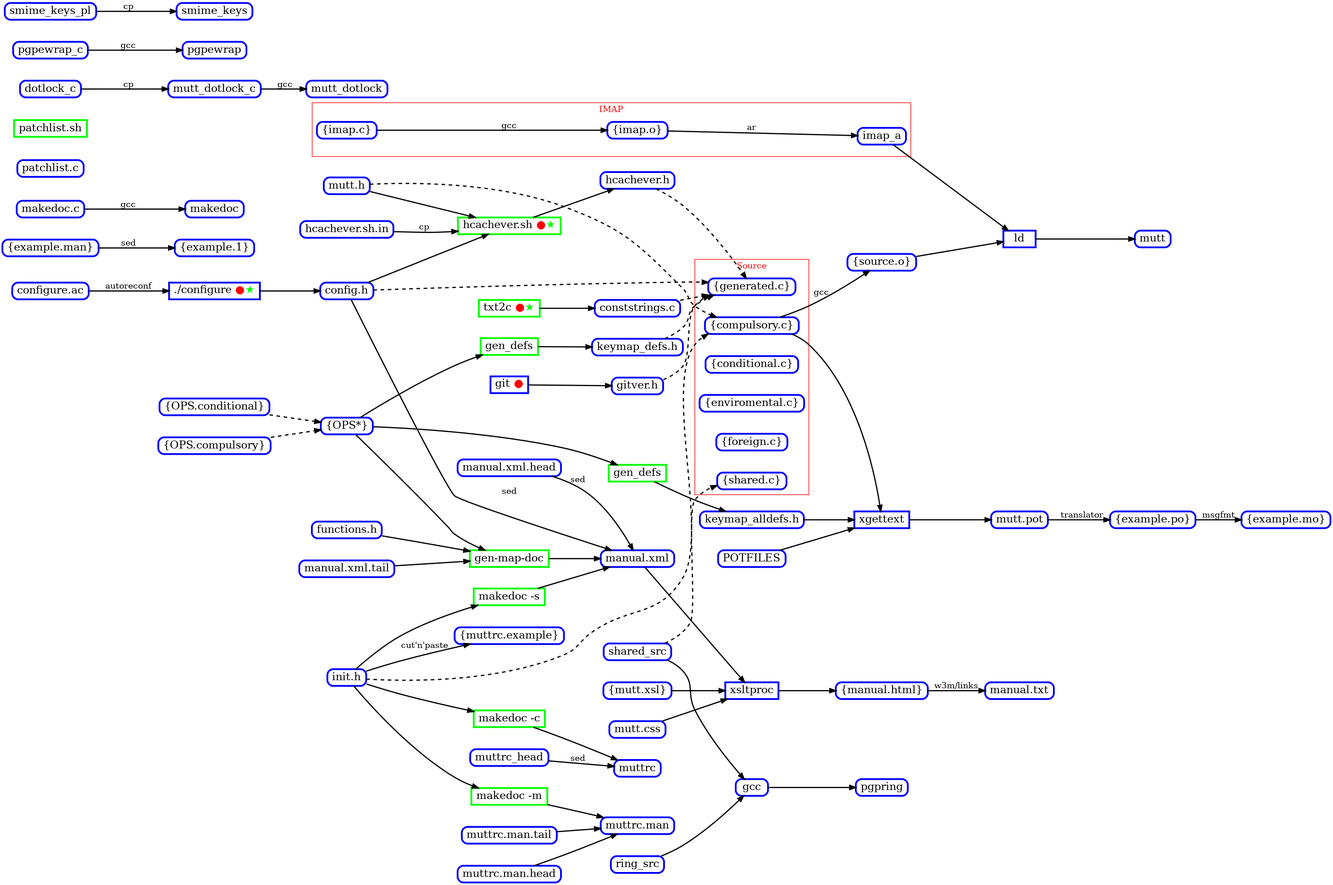
This is images/make.png from neomutt/neomutt.github.io, a Graphviz export, as it was before one commit. Its source is kept beside it as _dev/make.gv.
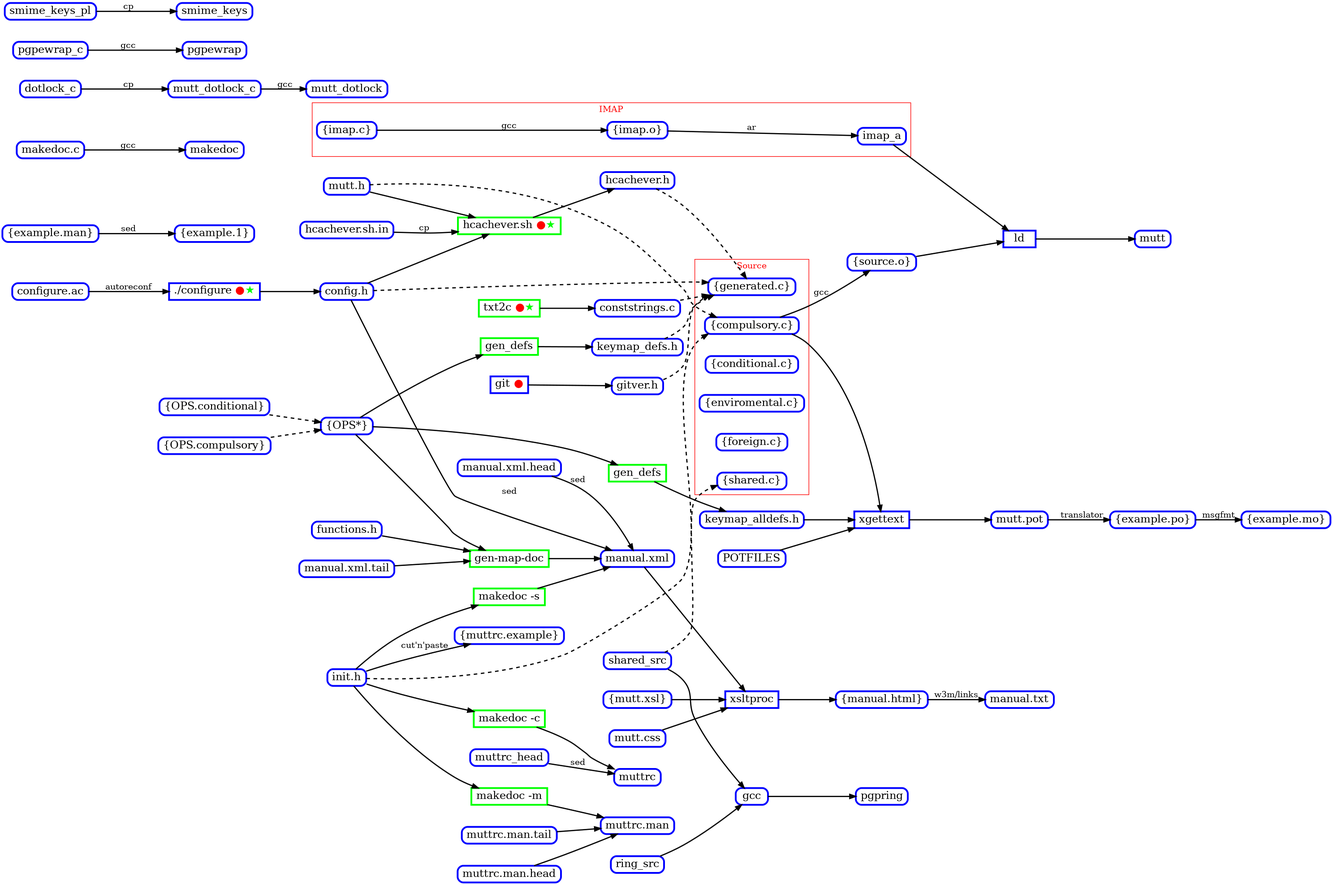
The same file after the commit.

Commit message:
remove forgotten patchlist.{c|sh}

The edit, as a diff of the source:
```diff
@@ -56,7 +56,6 @@
 	mutt_h           [ label="mutt.h"              ]
 	mutt_pot         [ label="mutt.pot"            ]
 	ops              [ label="\{OPS*\}"            ]
-	patchlist_c      [ label="patchlist.c"         ]
 
 	dot_configure [ label=<./configure <font color="red">●</font><font color="green">★</font>> shape="box" ]
 	gen_alldefs   [ label="gen_defs" color="green" shape="box" ]
@@ -68,7 +67,6 @@
 	makedoc_c     [ label="makedoc -c" color="green" shape="box" ]
 	makedoc_m     [ label="makedoc -m" color="green" shape="box" ]
 	makedoc_s     [ label="makedoc -s" color="green" shape="box" ]
-	patchlist_sh  [ label="patchlist.sh" color="green" shape="box" ]
 	txt2c         [ label=<txt2c <font color="red">●</font><font color="green">★</font>> color="green" shape="box" ]
 	xgettext      [ label="xgettext" shape="box" ]
 	xsltproc      [ label="xsltproc" shape="box" ]
```
